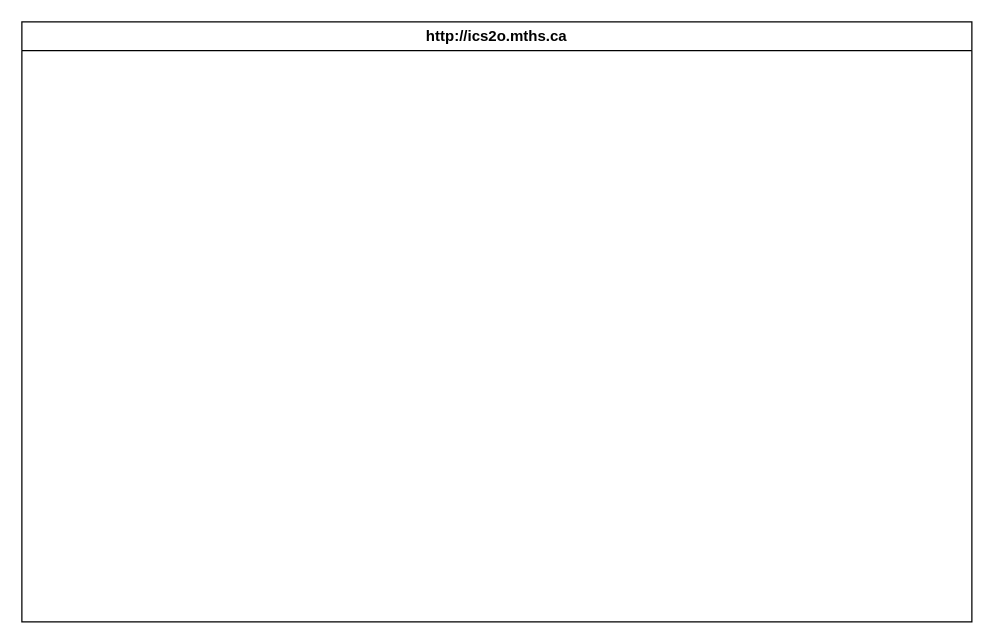
The draw.io diagram design/storyboard.drawio in MTHS-ICS2O-2-2022/ICS2O-Unit-5-04-timbradyy, before the edit. Source tidied: cells renumbered, new cells numbered last; positions are measured from the earlier drawing's top-left corner, leaving out a move shared by most shapes. Both pictures are drawn from the tidied source at 125%, with x=0, y=0 at pixel (21, 21).
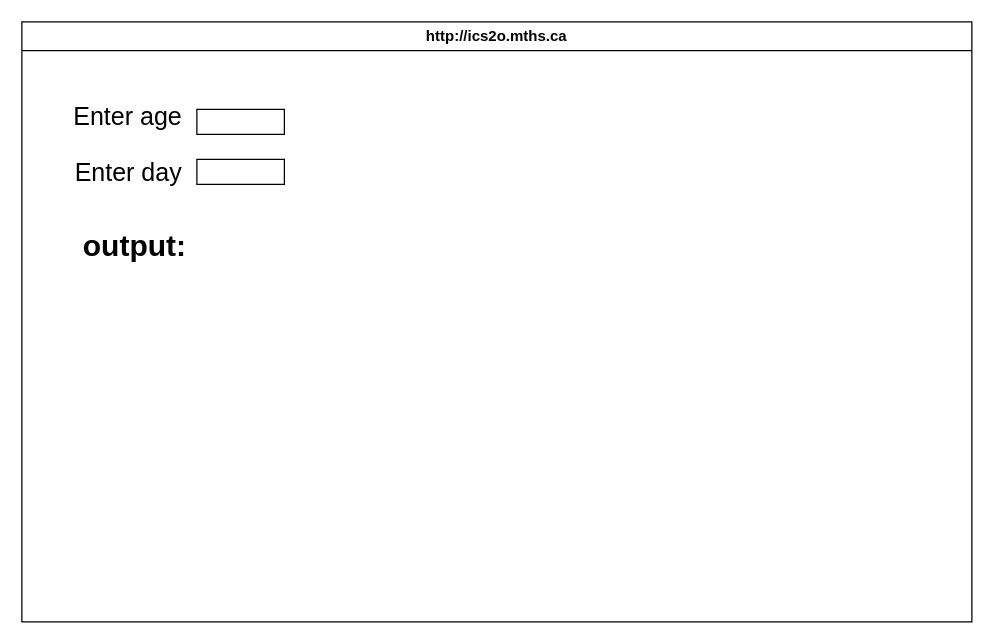
After the change.

What changed in the source:
```diff
@@
 <mxGraphModel>
   <root>
     <mxCell id="0" />
     <mxCell id="1" parent="0" />
     <mxCell id="2" value="http://ics2o.mths.ca" style="swimlane;whiteSpace=wrap;html=1;" parent="1" vertex="1">
       <mxGeometry width="760" height="480" as="geometry" />
     </mxCell>
+    <mxCell id="3" value="&lt;font style=&quot;font-size: 20px;&quot;&gt;Enter age&lt;/font&gt;" style="text;html=1;strokeColor=none;fillColor=none;align=center;verticalAlign=middle;whiteSpace=wrap;rounded=0;" parent="2" vertex="1">
+      <mxGeometry x="40" y="60" width="90" height="30" as="geometry" />
+    </mxCell>
+    <mxCell id="4" style="whiteSpace=wrap;html=1;fontSize=20;" parent="2" vertex="1">
+      <mxGeometry x="140" y="70" width="70" height="20" as="geometry" />
+    </mxCell>
+    <mxCell id="5" value="Enter day" style="text;html=1;align=center;verticalAlign=middle;strokeColor=none;fillColor=none;fontSize=20;" parent="2" vertex="1">
+      <mxGeometry x="30" y="100" width="110" height="40" as="geometry" />
+    </mxCell>
+    <mxCell id="6" style="rounded=0;whiteSpace=wrap;html=1;fontSize=20;" parent="2" vertex="1">
+      <mxGeometry x="140" y="110" width="70" height="20" as="geometry" />
+    </mxCell>
+    <mxCell id="7" value="output:" style="text;strokeColor=none;fillColor=none;html=1;fontSize=24;fontStyle=1;verticalAlign=middle;align=center;" parent="2" vertex="1">
+      <mxGeometry x="40" y="160" width="100" height="40" as="geometry" />
+    </mxCell>
   </root>
 </mxGraphModel>
```
